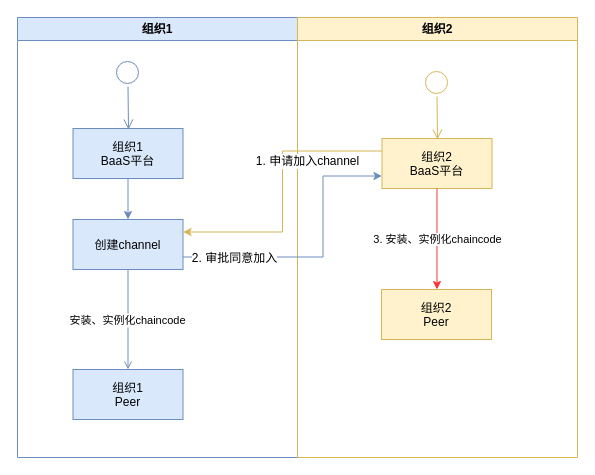
Above: repository/drawio/postb/上线部署-重点流程2.drawio in dilide/collections (draw.io), before the change. Source tidied: cells renumbered, new cells numbered last; positions are measured from the earlier drawing's top-left corner, leaving out a move shared by most shapes. Both pictures are drawn from the tidied source at 100%, with x=0, y=0 at pixel (17, 17).
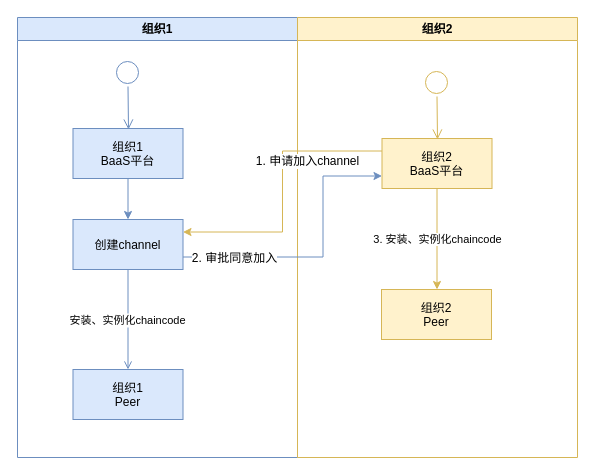
Above is the later version.

Commit message (it also covers changes not shown here):
Update 上线部署-重点流程2.drawio

Unchanged cells that the change refers to:
```xml
<mxCell id="14" value="组织2&#10;BaaS平台" style="fillColor=#fff2cc;strokeColor=#d6b656;" parent="10" vertex="1">
  <mxGeometry x="84.5" y="121" width="110" height="50" as="geometry" />
</mxCell>
```

Change to the diagram source:
```diff
@@
-    <mxCell id="15" value="3. 安装、实例化chaincode" style="edgeStyle=orthogonalEdgeStyle;rounded=0;jettySize=auto;html=1;exitX=0.5;exitY=1;exitDx=0;exitDy=0;strokeColor=#FF3333;" parent="1" edge="1" source="14">
+    <mxCell id="15" value="3. 安装、实例化chaincode" style="edgeStyle=orthogonalEdgeStyle;rounded=0;jettySize=auto;html=1;exitX=0.5;exitY=1;exitDx=0;exitDy=0;strokeColor=#d6b656;fillColor=#fff2cc;" parent="1" edge="1" source="14">
       <mxGeometry relative="1" as="geometry">
         <mxPoint x="419.5" y="272" as="targetPoint" />
       </mxGeometry>
     </mxCell>
```
